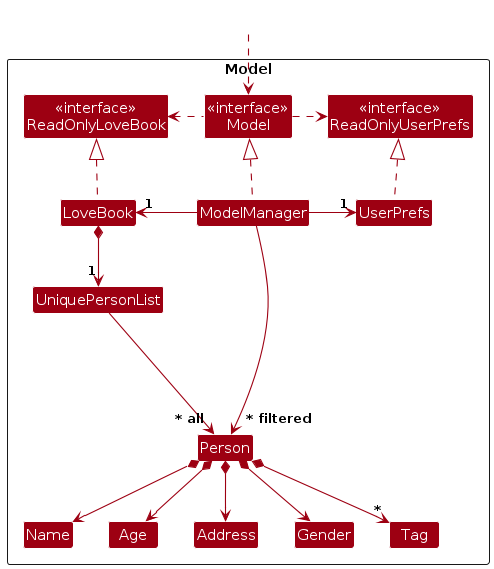
This is diagrams/ModelClassDiagram.png from AY2324S1-CS2103T-F10-2/tp, a PlantUML export, as it was before one commit. Its source is kept beside it as diagrams/ModelClassDiagram.puml.
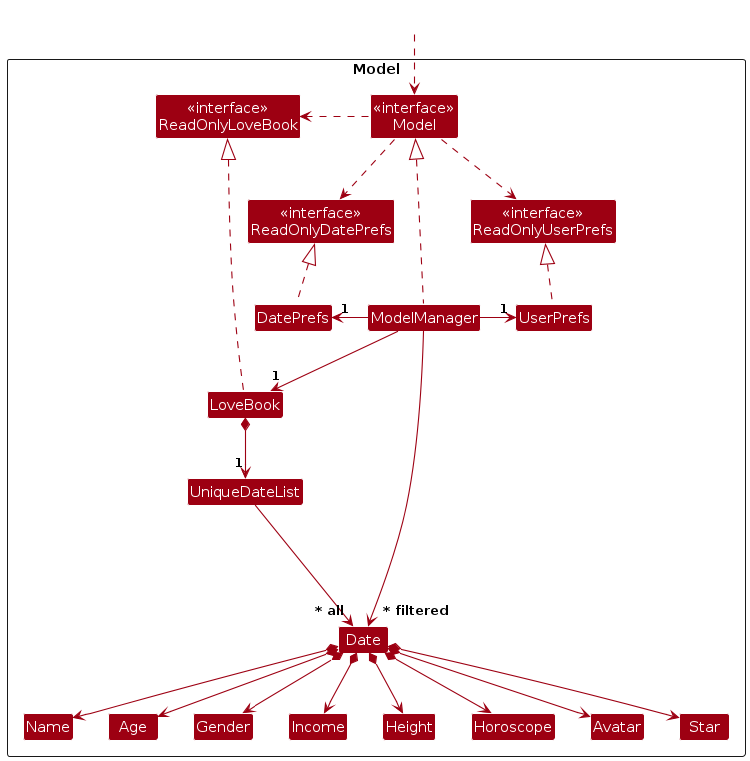
The same diagram one commit later.

Change to the diagram source:
```diff
@@ -7,18 +7,24 @@
 Package Model as ModelPackage <<Rectangle>>{
 Class "<<interface>>\nReadOnlyLoveBook" as ReadOnlyLoveBook
 Class "<<interface>>\nReadOnlyUserPrefs" as ReadOnlyUserPrefs
+Class "<<interface>>\nReadOnlyDatePrefs" as ReadOnlyDatePrefs
 Class "<<interface>>\nModel" as Model
+
 Class LoveBook
 Class ModelManager
 Class UserPrefs
+Class DatePrefs
 
-Class UniquePersonList
-Class Person
-Class Address
+Class UniqueDateList
+Class Date
+Class Horoscope
 Class Gender
 Class Name
 Class Age
-Class Tag
+Class Height
+Class Income
+Class Avatar
+Class Star
 
 Class I #FFFFFF
 }
@@ -28,27 +34,36 @@
 
 LoveBook .up.|> ReadOnlyLoveBook
 
-ModelManager .up.|> Model
 Model .right.> ReadOnlyUserPrefs
 Model .left.> ReadOnlyLoveBook
-ModelManager -left-> "1" LoveBook
+Model .down.> ReadOnlyDatePrefs
+ModelManager .up.|> Model
+
+ModelManager -left-> "1" DatePrefs
 ModelManager -right-> "1" UserPrefs
+ModelManager -down-> "1" LoveBook
 UserPrefs .up.|> ReadOnlyUserPrefs
+DatePrefs .up.|> ReadOnlyDatePrefs
 
-LoveBook *--> "1" UniquePersonList
-UniquePersonList --> "~* all" Person
-Person *--> Name
-Person *--> Age
-Person *--> Gender
-Person *--> Address
-Person *--> "*" Tag
+LoveBook *--> "1" UniqueDateList
+UniqueDateList --> "~* all" Date
+Date *--> Name
+Date *--> Age
+Date *--> Gender
+Date *--> Income
+Date *--> Height
+Date *--> Horoscope
+Date *--> Star
+Date *--> Avatar
 
-Person -[hidden]up--> I
-UniquePersonList -[hidden]right-> I
+Date -[hidden]up--> I
+UniqueDateList -[hidden]right-> I
 
 Name -[hidden]right-> Age
-Age -[hidden]right-> Address
-Address -[hidden]right-> Gender
+Age -[hidden]right-> Gender
+Gender -[hidden]right-> Income
+Income -[hidden]right-> Height
+Height -[hidden]right-> Horoscope
 
-ModelManager --> "~* filtered" Person
+ModelManager --> "~* filtered" Date
 @enduml
```
